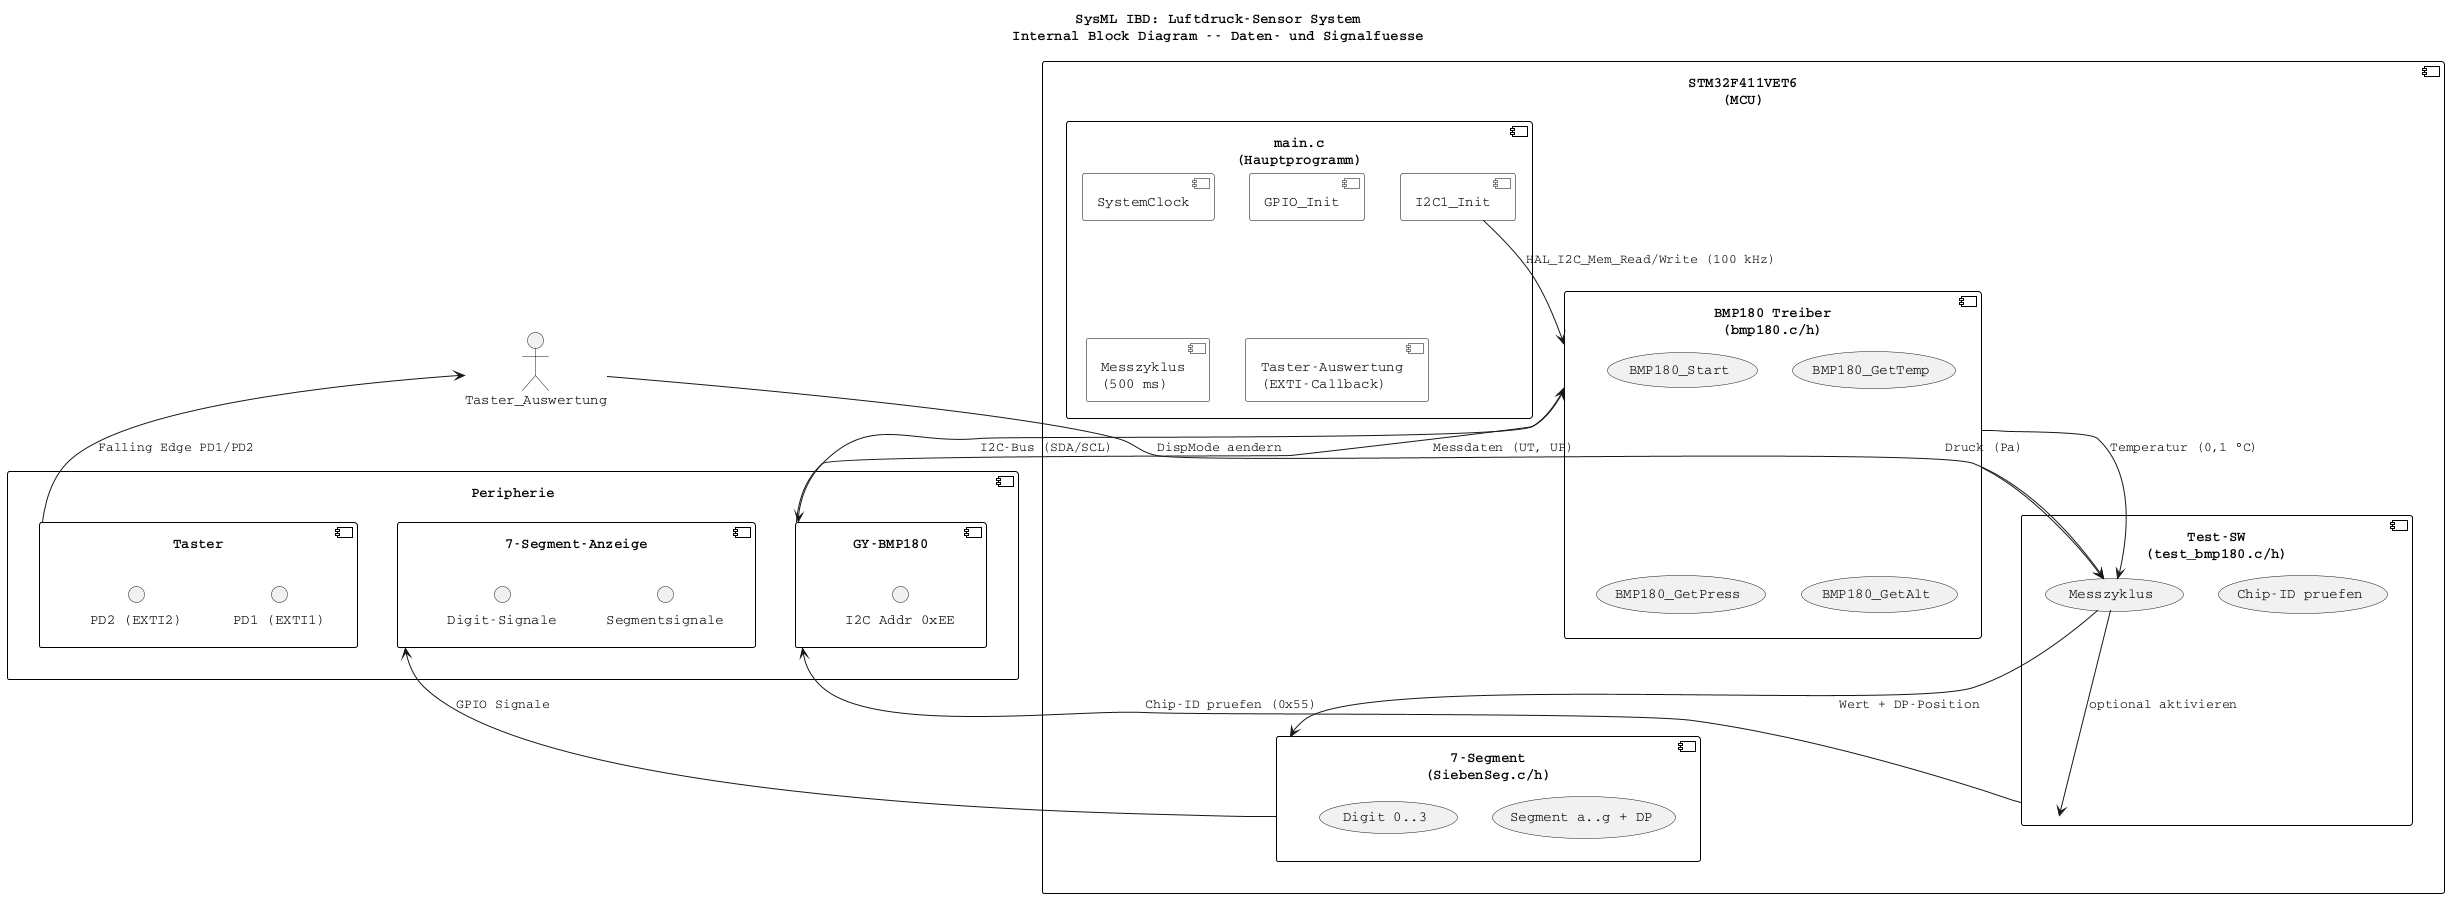
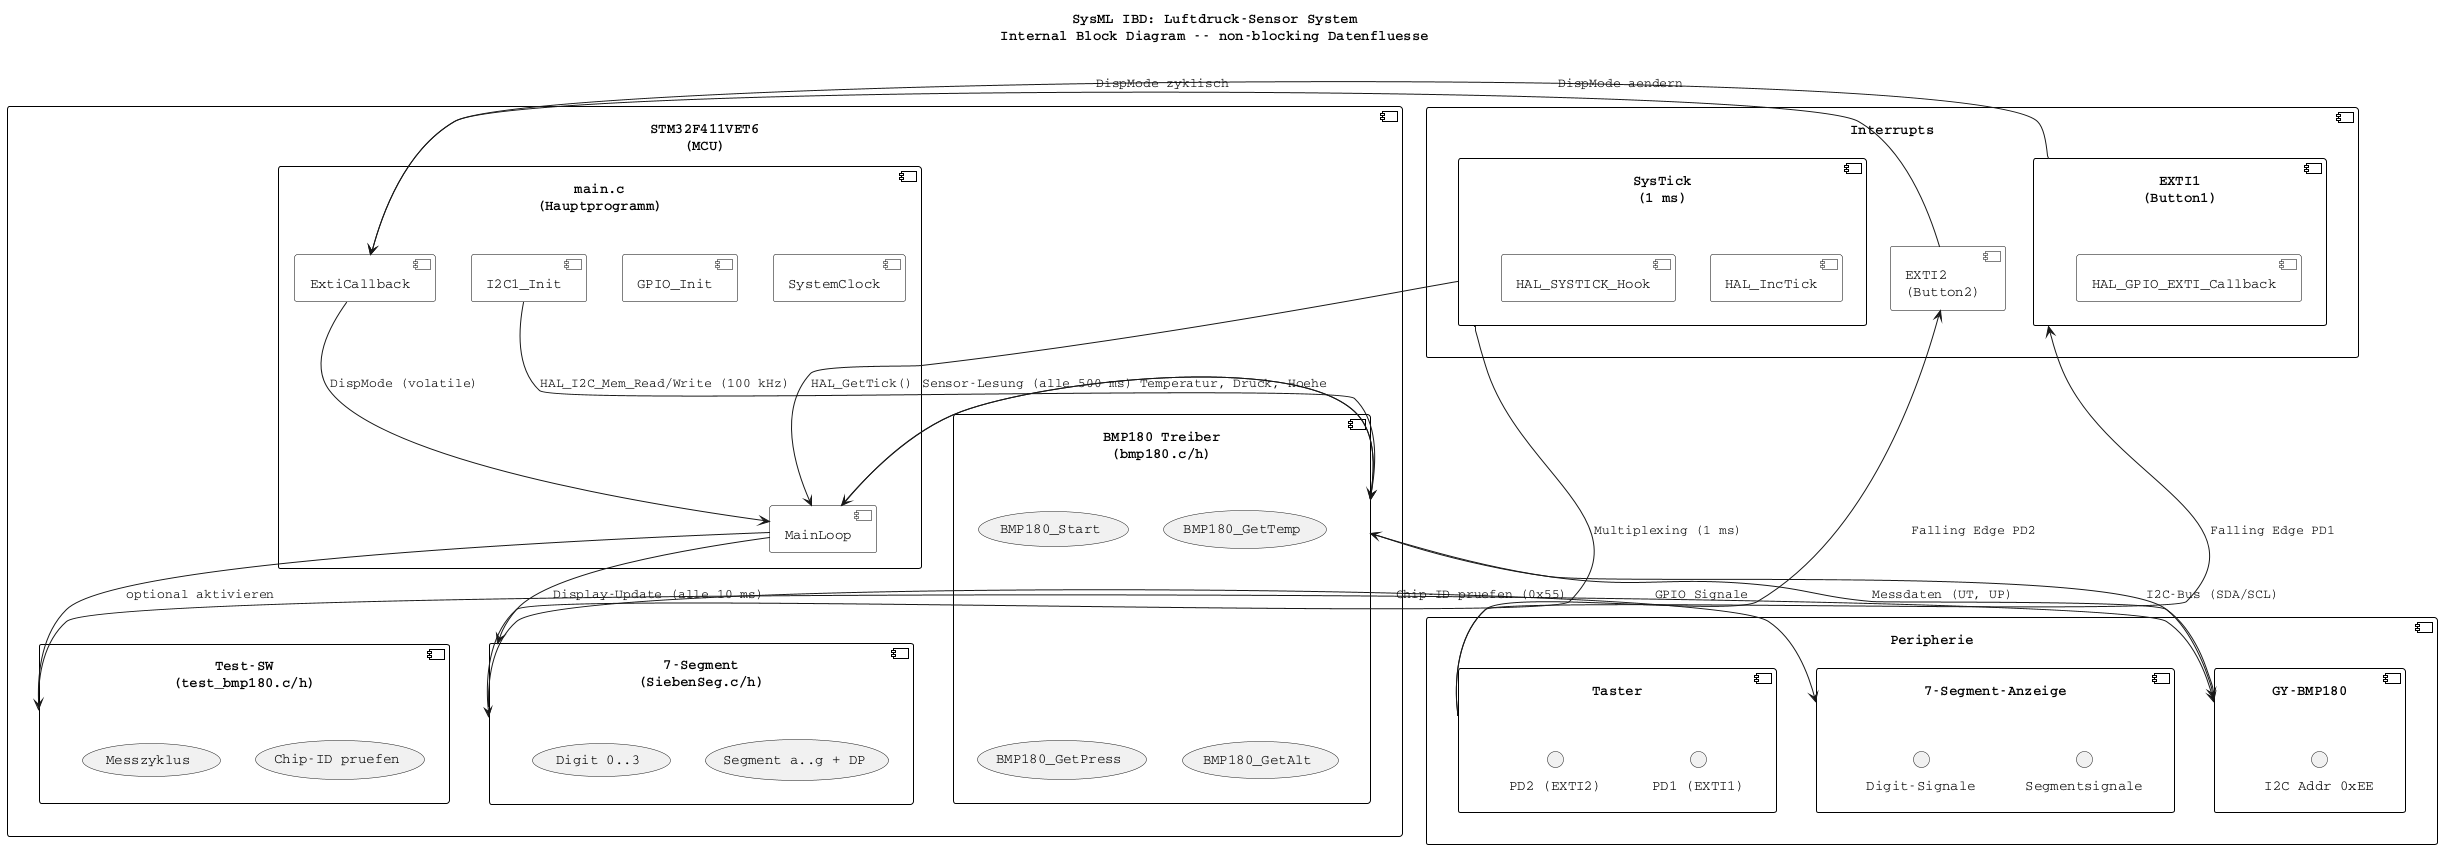
@startuml
skinparam defaultFontName Courier
skinparam component {
  BackgroundColor White
  BorderColor Black
}

- title **SysML IBD: Luftdruck-Sensor System**\nInternal Block Diagram -- Daten- und Signalfuesse
+ title **SysML IBD: Luftdruck-Sensor System**\nInternal Block Diagram -- non-blocking Datenfluesse

component "STM32F411VET6\n(MCU)" as MCU {

  component "main.c\n(Hauptprogramm)" as MAIN {
    [SystemClock]
    [GPIO_Init]
    [I2C1_Init]
-     [Messzyklus\n(500 ms)]
-     [Taster-Auswertung\n(EXTI-Callback)]
+     [MainLoop]
+     [ExtiCallback]
  }

  component "BMP180 Treiber\n(bmp180.c/h)" as DRV {
    (BMP180_Start)
    (BMP180_GetTemp)
    (BMP180_GetPress)
    (BMP180_GetAlt)
  }

  component "7-Segment\n(SiebenSeg.c/h)" as SEG {
    (Segment a..g + DP)
    (Digit 0..3)
  }

  component "Test-SW\n(test_bmp180.c/h)" as TEST {
    (Chip-ID pruefen)
    (Messzyklus)
  }
}

component "Peripherie" as PERIPH {

  component "GY-BMP180" as BMP {
    () "I2C Addr 0xEE"
  }

  component "7-Segment-Anzeige" as DISPLAY {
    () "Segmentsignale"
    () "Digit-Signale"
  }

  component "Taster" as BUTTONS {
    () "PD1 (EXTI1)"
    () "PD2 (EXTI2)"
  }
}

+ component "Interrupts" as IRQ {
+ 
+   component "SysTick\n(1 ms)" as SYSTICK {
+     [HAL_IncTick]
+     [HAL_SYSTICK_Hook]
+   }
+ 
+   component "EXTI1\n(Button1)" as EXTI1 {
+     [HAL_GPIO_EXTI_Callback]
+   }
+ 
+   component "EXTI2\n(Button2)" as EXTI2 {
+     [HAL_GPIO_EXTI_Callback]
+   }
+ }
+ 
' Datenfluesse
I2C1_Init --> DRV : HAL_I2C_Mem_Read/Write (100 kHz)
DRV --> BMP : I2C-Bus (SDA/SCL)
BMP --> DRV : Messdaten (UT, UP)

- DRV --> Messzyklus : Temperatur (0,1 °C)
- DRV --> Messzyklus : Druck (Pa)
- 
- Messzyklus --> SEG : Wert + DP-Position
+ MainLoop --> DRV : Sensor-Lesung (alle 500 ms)
+ DRV --> MainLoop : Temperatur, Druck, Hoehe
+ MainLoop --> SEG : Display-Update (alle 10 ms)
SEG --> DISPLAY : GPIO Signale

- BUTTONS --> Taster_Auswertung : Falling Edge PD1/PD2
- Taster_Auswertung --> Messzyklus : DispMode aendern
+ BUTTONS --> EXTI1 : Falling Edge PD1
+ BUTTONS --> EXTI2 : Falling Edge PD2
+ EXTI1 --> ExtiCallback : DispMode aendern
+ EXTI2 --> ExtiCallback : DispMode zyklisch
+ ExtiCallback --> MainLoop : DispMode (volatile)

- Messzyklus --> TEST : optional aktivieren
+ SYSTICK --> SEG : Multiplexing (1 ms)
+ SYSTICK --> MainLoop : HAL_GetTick()
+ 
+ MainLoop --> TEST : optional aktivieren
TEST --> BMP : Chip-ID pruefen (0x55)

@enduml
